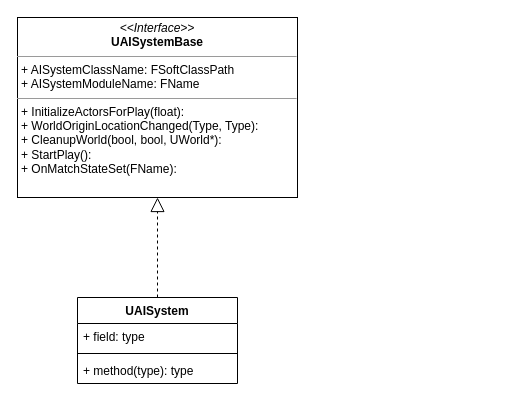
Above: AIPerceptionSystem.drawio in Allusteve/DrawioRepo (draw.io), before the change. Source tidied: cells renumbered, new cells numbered last; positions are measured from the earlier drawing's top-left corner, leaving out a move shared by most shapes. Both pictures are drawn from the tidied source at 100%, with x=0, y=0 at pixel (17, 17).
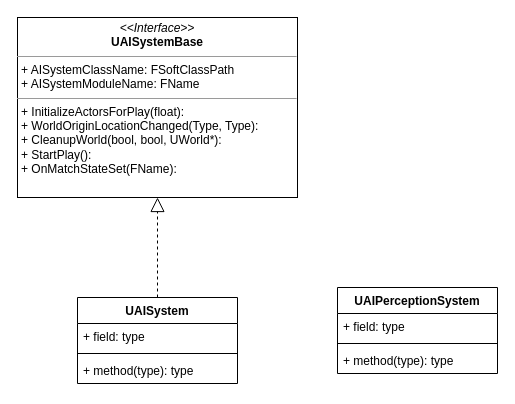
The same diagram, later.

What changed in the source:
```diff
@@
 <mxGraphModel>
   <root>
     <mxCell id="0" />
     <mxCell id="1" parent="0" />
     <mxCell id="2" value="UAISystem" style="swimlane;fontStyle=1;align=center;verticalAlign=top;horizontal=1;startSize=26;" parent="1" vertex="1">
       <mxGeometry x="60" y="280" width="160" height="86" as="geometry" />
     </mxCell>
     <mxCell id="3" value="+ field: type" style="text;strokeColor=none;fillColor=none;align=left;verticalAlign=top;spacingLeft=4;spacingRight=4;overflow=hidden;" parent="2" vertex="1">
       <mxGeometry y="26" width="160" height="26" as="geometry" />
     </mxCell>
     <mxCell id="4" style="line;strokeWidth=1;fillColor=none;align=left;verticalAlign=middle;spacingTop=-1;spacingLeft=3;spacingRight=3;labelPosition=right;strokeColor=inherit;" parent="2" vertex="1">
       <mxGeometry y="52" width="160" height="8" as="geometry" />
     </mxCell>
     <mxCell id="5" value="+ method(type): type" style="text;strokeColor=none;fillColor=none;align=left;verticalAlign=top;spacingLeft=4;spacingRight=4;overflow=hidden;" parent="2" vertex="1">
       <mxGeometry y="60" width="160" height="26" as="geometry" />
     </mxCell>
     <mxCell id="6" value="&lt;p style=&quot;margin:0px;margin-top:4px;text-align:center;&quot;&gt;&lt;i&gt;&amp;lt;&amp;lt;Interface&amp;gt;&amp;gt;&lt;/i&gt;&lt;br&gt;&lt;b&gt;UAISystemBase&lt;/b&gt;&lt;br&gt;&lt;/p&gt;&lt;hr size=&quot;1&quot;&gt;&lt;p style=&quot;margin:0px;margin-left:4px;&quot;&gt;+ AISystemClassName: FSoftClassPath&lt;br&gt;+ AISystemModuleName: FName&lt;/p&gt;&lt;hr size=&quot;1&quot;&gt;&lt;p style=&quot;margin:0px;margin-left:4px;&quot;&gt;+ InitializeActorsForPlay(float):&amp;nbsp;&lt;br&gt;+ WorldOriginLocationChanged(Type, Type):&lt;/p&gt;&lt;p style=&quot;margin:0px;margin-left:4px;&quot;&gt;+&amp;nbsp;CleanupWorld(bool, bool, UWorld*):&lt;/p&gt;&lt;p style=&quot;margin:0px;margin-left:4px;&quot;&gt;+ StartPlay():&lt;/p&gt;&lt;p style=&quot;margin:0px;margin-left:4px;&quot;&gt;+&amp;nbsp;OnMatchStateSet(FName):&lt;/p&gt;" style="verticalAlign=top;align=left;overflow=fill;fontSize=12;fontFamily=Helvetica;html=1;" parent="1" vertex="1">
       <mxGeometry width="280" height="180" as="geometry" />
     </mxCell>
     <mxCell id="7" style="endArrow=block;dashed=1;endFill=0;endSize=12;html=1;rounded=0;labelBackgroundColor=default;strokeColor=default;fontFamily=Helvetica;fontSize=11;fontColor=default;shape=connector;entryX=0.5;entryY=1;entryDx=0;entryDy=0;exitX=0.5;exitY=0;exitDx=0;exitDy=0;" parent="1" edge="1" source="2" target="6">
       <mxGeometry relative="1" as="geometry" />
     </mxCell>
+    <mxCell id="8" value="UAIPerceptionSystem" style="swimlane;fontStyle=1;align=center;verticalAlign=top;horizontal=1;startSize=26;" parent="1" vertex="1">
+      <mxGeometry x="320" y="270" width="160" height="86" as="geometry" />
+    </mxCell>
+    <mxCell id="9" value="+ field: type" style="text;strokeColor=none;fillColor=none;align=left;verticalAlign=top;spacingLeft=4;spacingRight=4;overflow=hidden;" parent="8" vertex="1">
+      <mxGeometry y="26" width="160" height="26" as="geometry" />
+    </mxCell>
+    <mxCell id="10" style="line;strokeWidth=1;fillColor=none;align=left;verticalAlign=middle;spacingTop=-1;spacingLeft=3;spacingRight=3;labelPosition=right;strokeColor=inherit;" parent="8" vertex="1">
+      <mxGeometry y="52" width="160" height="8" as="geometry" />
+    </mxCell>
+    <mxCell id="11" value="+ method(type): type" style="text;strokeColor=none;fillColor=none;align=left;verticalAlign=top;spacingLeft=4;spacingRight=4;overflow=hidden;" parent="8" vertex="1">
+      <mxGeometry y="60" width="160" height="26" as="geometry" />
+    </mxCell>
   </root>
 </mxGraphModel>
```
